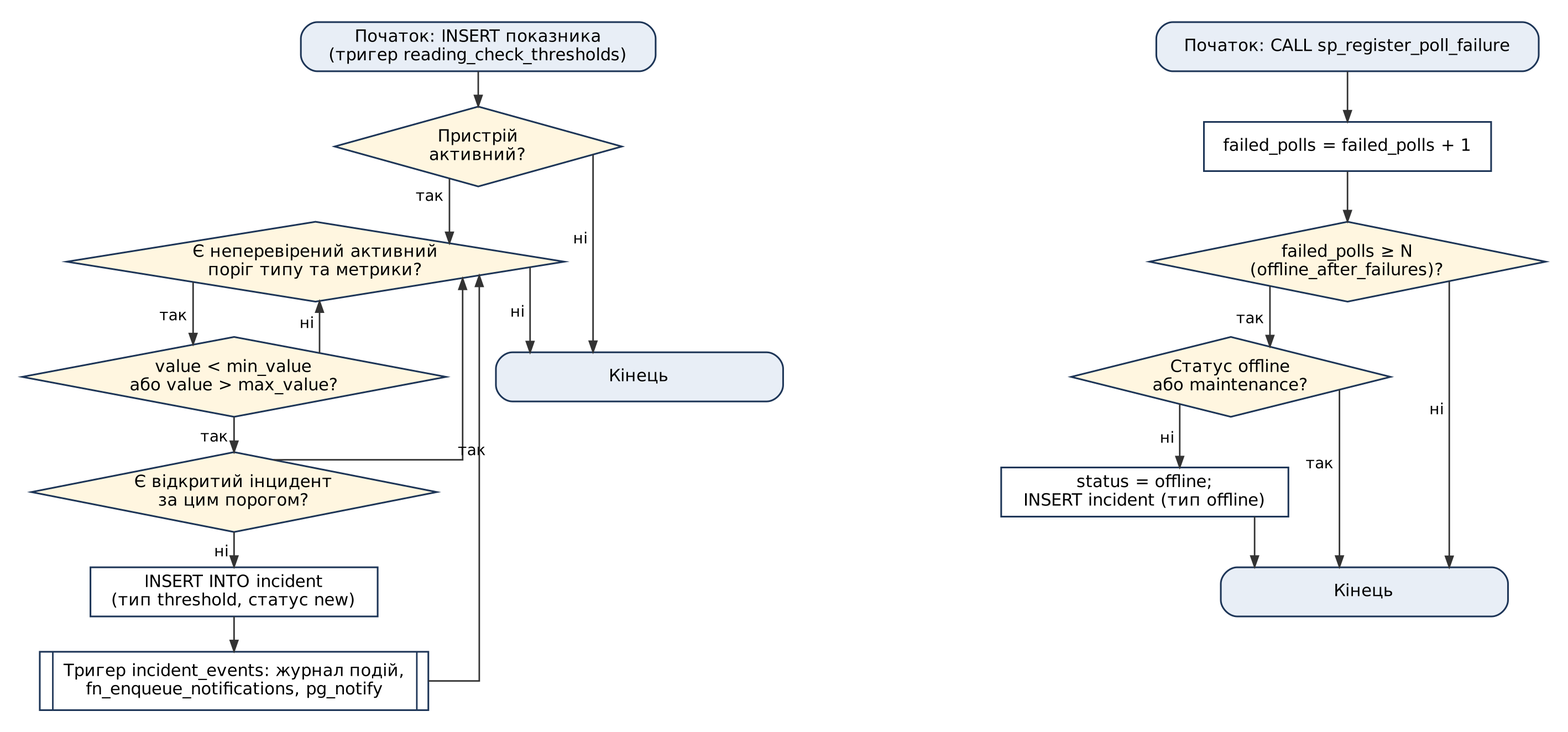
KrutoiPatsan13/laba1 keeps this Graphviz diagram as docs/diagrams/flow_03_db_logic.png. Above is the earlier version. Its source is kept beside it as docs/diagrams/src/flow_03_db_logic.dot.
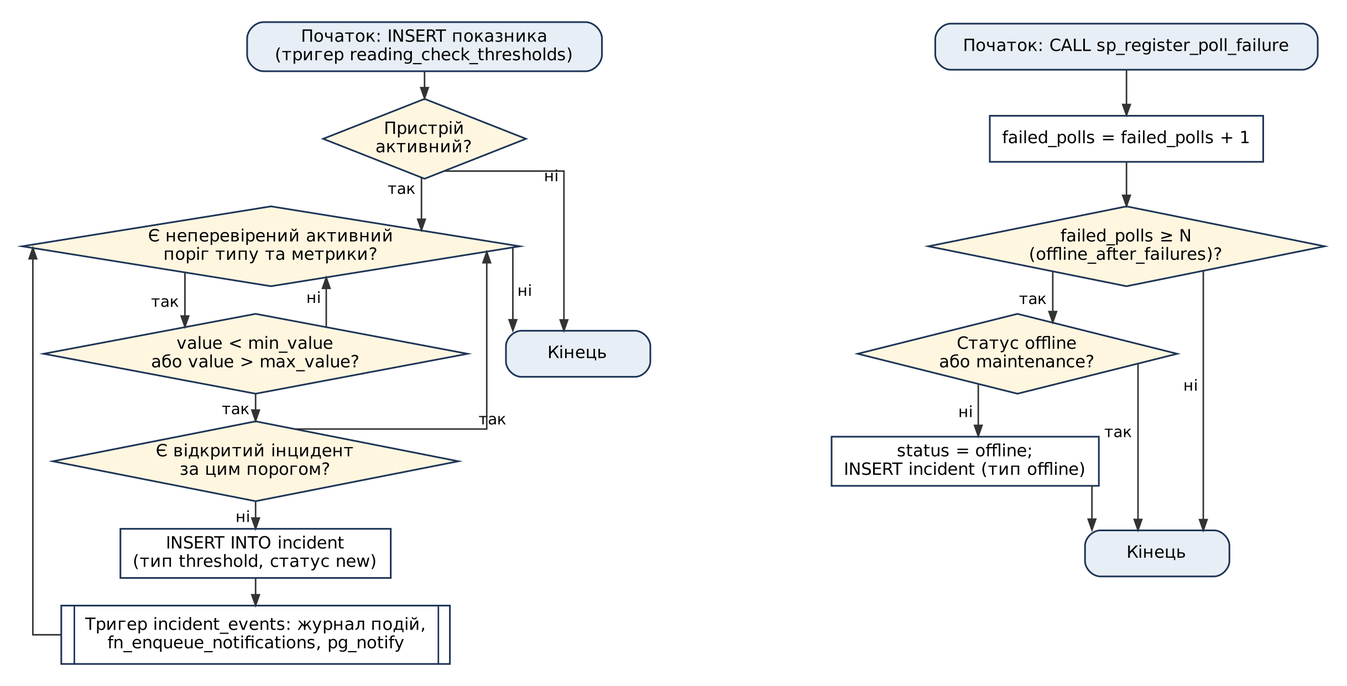
After the change.

Diff of the diagram source:
```diff
@@ -1,6 +1,6 @@
 digraph flow_03_db_logic {
-  graph [rankdir=TB, splines=ortho, nodesep=0.45, ranksep=0.32, fontname="DejaVu Sans", pad=0.2, forcelabels=true];
-  node [fontname="DejaVu Sans", fontsize=11, width=2.6, height=0.45, color="#1d3557", penwidth=1.1];
+  graph [rankdir=TB, splines=ortho, nodesep=0.35, ranksep=0.25, fontname="DejaVu Sans", pad=0.2, forcelabels=true];
+  node [fontname="DejaVu Sans", fontsize=11, width=1.3, height=0.42, color="#1d3557", penwidth=1.1];
   edge [fontname="DejaVu Sans", fontsize=10, color="#333333", arrowsize=0.7];
   n1 [shape=box, style="rounded,filled", fillcolor="#e8eef6", label=<Початок: INSERT показника<BR/>(тригер reading_check_thresholds)>, margin="0.25,0.06"];
   n2 [shape=diamond, style=filled, fillcolor="#fff6e0", label=<Пристрій<BR/>активний?>, margin="0.02,0.02"];
```
